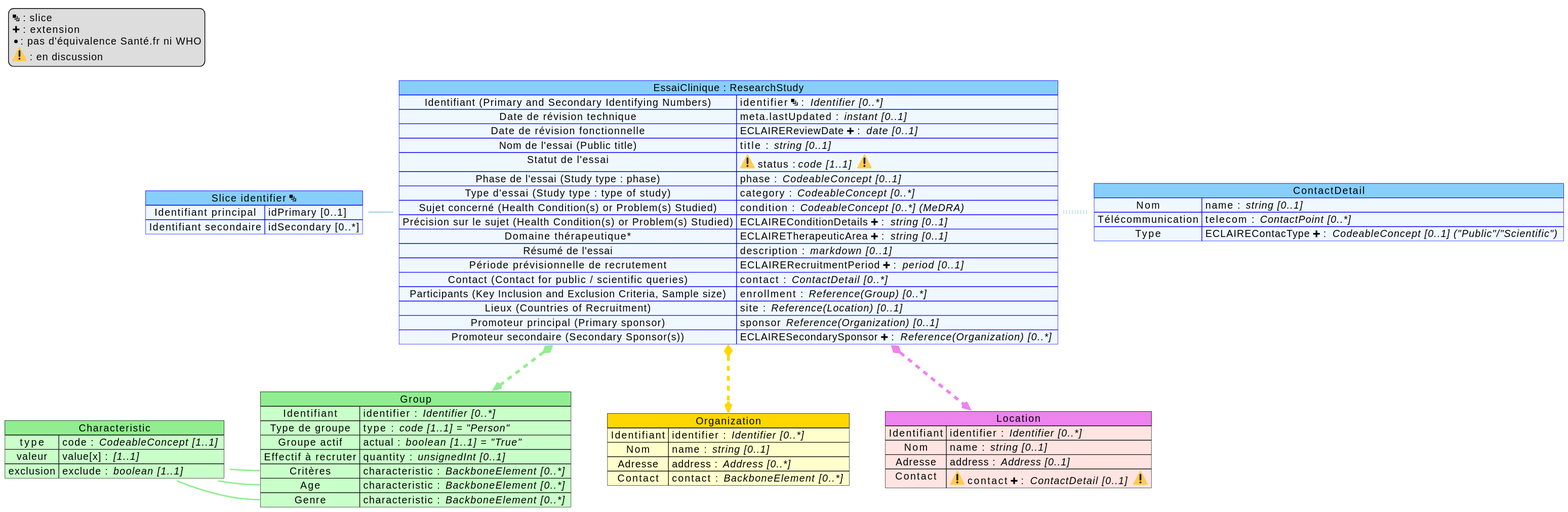
ansforge/essais-cliniques keeps this PlantUML diagram as input/images/mappingResearchStudy.svg. Above is the earlier version.
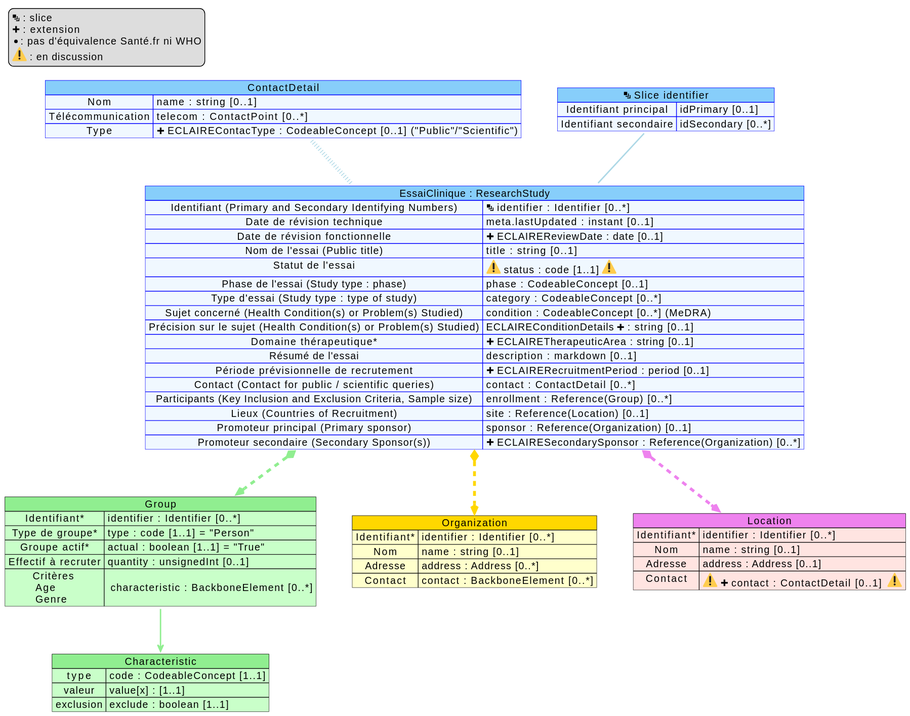
After the commit.

Diff of the diagram source:
```diff
@@ -1,63 +1,61 @@
 @startuml
 map "ContactDetail" as Contact #back:AliceBlue;header:LightSkyBlue;line:blue {
-    Nom => name : // string [0..1] //
-    Télécommunication => telecom : // ContactPoint [0..*] //
-    Type => ECLAIREContacType <&plus> : // CodeableConcept [0..1] ("Public"/"Scientific") //
+    Nom => name :  string [0..1]
+    Télécommunication => telecom :  ContactPoint [0..*]
+    Type => <&plus> ECLAIREContacType :  CodeableConcept [0..1] ("Public"/"Scientific")
 }
 
-map "Slice identifier <&layers>" as slice_identifier #back:AliceBlue;header:LightSkyBlue;line:blue {
+map "<&layers> Slice identifier" as slice_identifier #back:AliceBlue;header:LightSkyBlue;line:blue {
     Identifiant principal => idPrimary [0..1]
     Identifiant secondaire => idSecondary [0..*]
 }
 
 map "Group" as Group #back:TECHNOLOGY;header:LightGreen {
-    Identifiant => identifier : // Identifier [0..*] //
-    Type de groupe => type : // code [1..1] = "Person" //
-    Groupe actif => actual : // boolean [1..1] = "True"//
-    Effectif à recruter => quantity : // unsignedInt [0..1] //
-    Critères => characteristic : // BackboneElement [0..*] //
-    Age => characteristic : // BackboneElement [0..*] //
-    Genre => characteristic : // BackboneElement [0..*] //
+    Identifiant* => identifier : Identifier [0..*]
+    Type de groupe* => type : code [1..1] = "Person"
+    Groupe actif* => actual : boolean [1..1] = "True"
+    Effectif à recruter => quantity : unsignedInt [0..1]
+    Critères \n Age \n Genre => \n characteristic : BackboneElement [0..*]
 }
 
 map "Characteristic" as Characteristic #back:TECHNOLOGY;header:LightGreen {
-    type  => code : // CodeableConcept [1..1] //
-    valeur => value[x] : // [1..1] //
-    exclusion => exclude : // boolean [1..1] //
+    type  => code : CodeableConcept [1..1]
+    valeur => value[x] : [1..1]
+    exclusion => exclude : boolean [1..1]
 }
 
 map "Organization" as Organization #back:BUSINESS;header:Gold {
-    Identifiant => identifier : // Identifier [0..*] //
-    Nom => name : // string [0..1] //
-    Adresse => address : // Address [0..*] //
-    Contact => contact : // BackboneElement [0..*] //
+    Identifiant* => identifier : Identifier [0..*]
+    Nom => name : string [0..1]
+    Adresse => address : Address [0..*]
+    Contact => contact : BackboneElement [0..*]
 }
 
 map "Location" as Location #back:MistyRose;header:Violet {
-    Identifiant => identifier : // Identifier [0..*] //
-    Nom => name : // string [0..1] //
-    Adresse => address : // Address [0..1] //
-    Contact => <:warning:> contact <&plus> : // ContactDetail [0..1] // <:warning:>
+    Identifiant* => identifier : Identifier [0..*]
+    Nom => name : string [0..1]
+    Adresse => address : Address [0..1]
+    Contact => <:warning:> <&plus> contact : ContactDetail [0..1]  <:warning:>
 }
 
 map "EssaiClinique : ResearchStudy" as RS #back:AliceBlue;header:LightSkyBlue;line:blue {
-    Identifiant (Primary and Secondary Identifying Numbers) => identifier <&layers> : // Identifier [0..*] //
-    Date de révision technique => meta.lastUpdated : // instant [0..1] //
-    Date de révision fonctionnelle => ECLAIREReviewDate <&plus> : // date [0..1] //
-    Nom de l'essai (Public title) => title : // string [0..1] //
-    Statut de l'essai => <:warning:> status : //code [1..1] // <:warning:>
-    Phase de l'essai (Study type : phase) => phase : // CodeableConcept [0..1] //
-    Type d'essai (Study type : type of study) => category : // CodeableConcept [0..*] //
-    Sujet concerné (Health Condition(s) or Problem(s) Studied) => condition : // CodeableConcept [0..*] (MeDRA) //
-    Précision sur le sujet (Health Condition(s)  or  Problem(s) Studied) => ECLAIREConditionDetails <&plus> : // string [0..1] //
-    Domaine thérapeutique* => ECLAIRETherapeuticArea <&plus> : // string [0..1] //
-    Résumé de l'essai => description : // markdown [0..1] //
-    Période prévisionnelle de recrutement => ECLAIRERecruitmentPeriod <&plus> : // period [0..1] //
-    Contact (Contact for public / scientific queries) => contact : // ContactDetail [0..*] //
-    Participants (Key Inclusion and Exclusion Criteria, Sample size) => enrollment : // Reference(Group) [0..*] //
-    Lieux (Countries of Recruitment) => site : // Reference(Location) [0..1] //
-    Promoteur principal (Primary sponsor) => sponsor // Reference(Organization) [0..1] //
-    Promoteur secondaire (Secondary Sponsor(s)) => ECLAIRESecondarySponsor <&plus> : // Reference(Organization) [0..*] //
+    Identifiant (Primary and Secondary Identifying Numbers) => <&layers> identifier : Identifier [0..*]
+    Date de révision technique => meta.lastUpdated : instant [0..1]
+    Date de révision fonctionnelle => <&plus> ECLAIREReviewDate : date [0..1]
+    Nom de l'essai (Public title) => title : string [0..1]
+    Statut de l'essai => <:warning:> status : code [1..1] <:warning:>
+    Phase de l'essai (Study type : phase) => phase : CodeableConcept [0..1]
+    Type d'essai (Study type : type of study) => category : CodeableConcept [0..*]
+    Sujet concerné (Health Condition(s) or Problem(s) Studied) => condition : CodeableConcept [0..*] (MeDRA)
+    Précision sur le sujet (Health Condition(s)  or  Problem(s) Studied) => ECLAIREConditionDetails <&plus> : string [0..1]
+    Domaine thérapeutique* => <&plus> ECLAIRETherapeuticArea : string [0..1]
+    Résumé de l'essai => description : markdown [0..1]
+    Période prévisionnelle de recrutement => <&plus> ECLAIRERecruitmentPeriod : period [0..1]
+    Contact (Contact for public / scientific queries) => contact : ContactDetail [0..*]
+    Participants (Key Inclusion and Exclusion Criteria, Sample size) => enrollment : Reference(Group) [0..*]
+    Lieux (Countries of Recruitment) => site : Reference(Location) [0..1]
+    Promoteur principal (Primary sponsor) => sponsor : Reference(Organization) [0..1]
+    Promoteur secondaire (Secondary Sponsor(s)) => <&plus> ECLAIRESecondarySponsor  : Reference(Organization) [0..*]
 }
 
 
@@ -65,15 +63,12 @@
 RS::Participants *-[#LightGreen,dashed,thickness=4]-> Group
 RS::Promoteur *-[#Gold,dashed,thickness=4]-> Organization
 
-RS::Identifant -left[#lightBlue,thickness=2] slice_identifier
-RS::Contact -[#lightBlue,dotted,thickness=6] Contact
+slice_identifier --[#lightBlue,thickness=2] RS::Identifant
+Contact --[#lightBlue,dotted,thickness=6] RS::Contact
 
 Group -[hidden] Organization
 
-
-Group::Critères -left[#LightGreen,thickness=2]> Characteristic
-Group::Age -left[#LightGreen,thickness=2]> Characteristic
-Group::Genre -[#LightGreen,thickness=2]> Characteristic
+Group::Critères --[#LightGreen,thickness=2]> Characteristic
 
 
 legend top left
```
